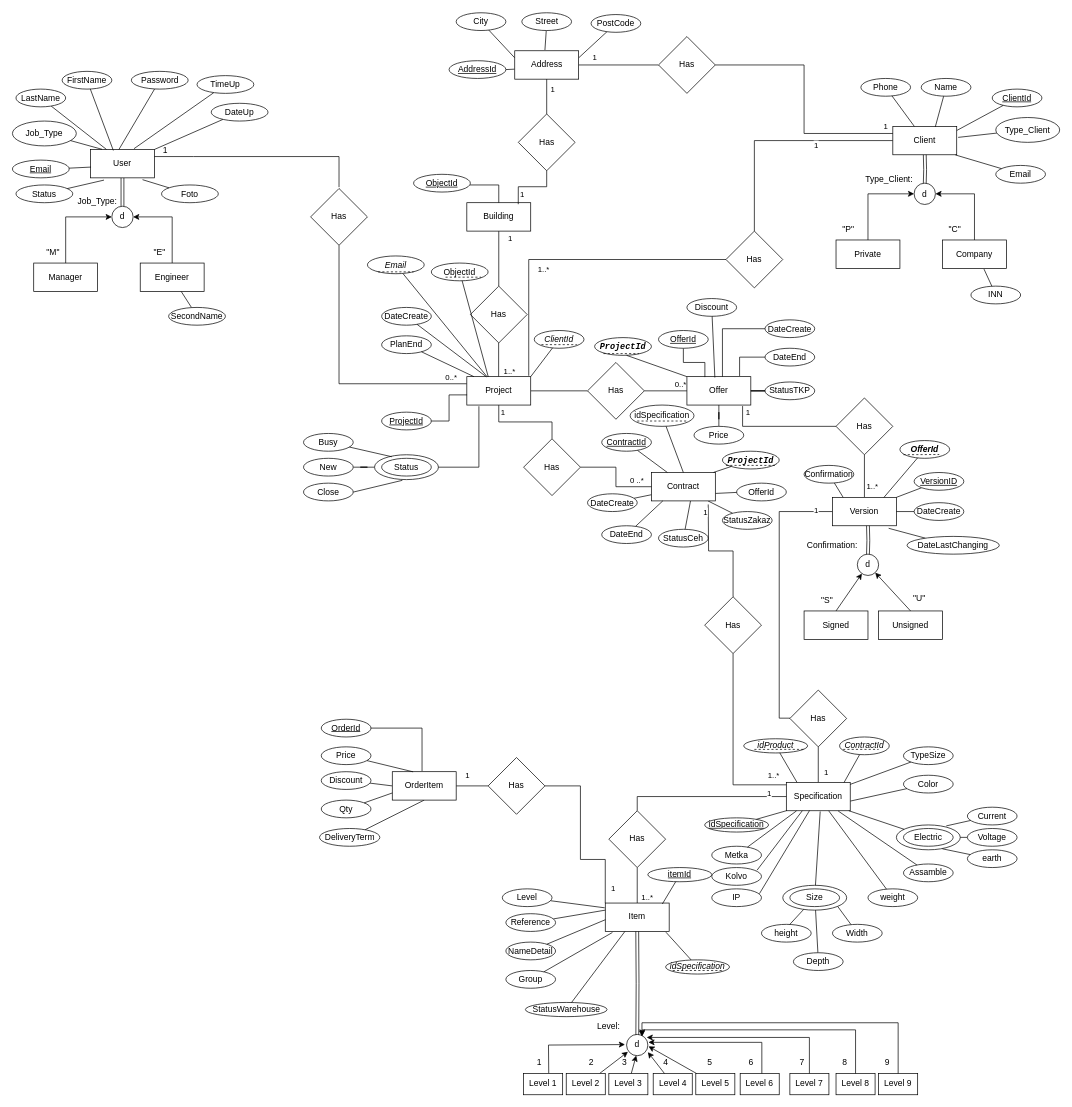
Above: factory.drawio in Bujhc/EERD (draw.io), before the change. Source tidied: cells renumbered, new cells numbered last; positions are measured from the earlier drawing's top-left corner, leaving out a move shared by most shapes. Both pictures are drawn from the tidied source at 71%, with x=0, y=0 at pixel (12, 13).
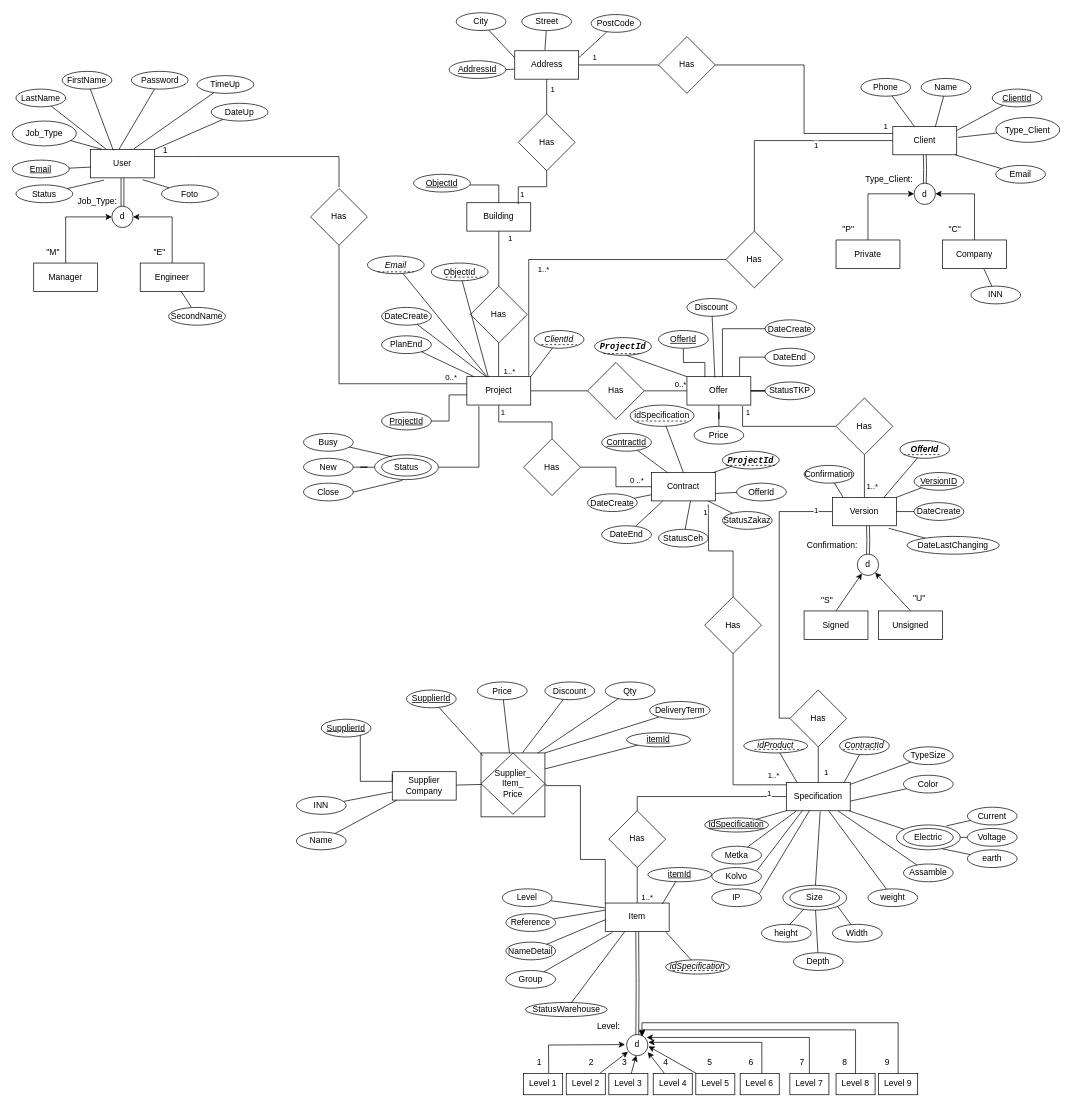
After the change.

The change refers to these unchanged cells:
```xml
<mxCell id="170" value="Item" style="rounded=0;whiteSpace=wrap;html=1;" parent="1" vertex="1">
  <mxGeometry x="835" y="1253.4" width="90" height="40" as="geometry" />
</mxCell>
<mxCell id="295" style="rounded=0;jettySize=auto;html=1;endArrow=none;endFill=0;" parent="1" edge="1" source="297" target="300">
  <mxGeometry relative="1" as="geometry" />
</mxCell>
```

Change to the diagram source:
```diff
@@
+    <mxCell id="305" style="whiteSpace=wrap;html=1;" parent="1" vertex="1">
+      <mxGeometry x="660" y="1042" width="90" height="90" as="geometry" />
+    </mxCell>
@@
     <mxCell id="215" value="Price" style="ellipse;whiteSpace=wrap;html=1;" parent="1" vertex="1">
-      <mxGeometry x="435" y="1033.4" width="70" height="25" as="geometry" />
+      <mxGeometry x="655" y="942" width="70" height="25" as="geometry" />
     </mxCell>
     <mxCell id="216" value="Qty" style="ellipse;whiteSpace=wrap;html=1;" parent="1" vertex="1">
-      <mxGeometry x="435" y="1108.4" width="70" height="25" as="geometry" />
+      <mxGeometry x="835" y="942" width="70" height="25" as="geometry" />
     </mxCell>
-    <mxCell id="217" style="rounded=0;jettySize=auto;html=1;entryX=0.5;entryY=1;entryDx=0;entryDy=0;endArrow=none;endFill=0;" parent="1" edge="1" source="218" target="297">
-      <mxGeometry relative="1" as="geometry" />
+    <mxCell id="217" style="rounded=0;jettySize=auto;html=1;endArrow=none;endFill=0;" parent="1" edge="1" source="218">
+      <mxGeometry relative="1" as="geometry">
+        <mxPoint x="750" y="1042" as="targetPoint" />
+      </mxGeometry>
     </mxCell>
     <mxCell id="218" value="DeliveryTerm" style="ellipse;whiteSpace=wrap;html=1;" parent="1" vertex="1">
-      <mxGeometry x="432.5" y="1148.4" width="85" height="25" as="geometry" />
+      <mxGeometry x="897.5" y="969.5" width="85" height="25" as="geometry" />
     </mxCell>
-    <mxCell id="219" style="rounded=0;jettySize=auto;html=1;entryX=0;entryY=0.5;entryDx=0;entryDy=0;endArrow=none;endFill=0;" parent="1" edge="1" source="220" target="297">
+    <mxCell id="219" style="rounded=0;jettySize=auto;html=1;entryX=0.649;entryY=-0.003;entryDx=0;entryDy=0;endArrow=none;endFill=0;entryPerimeter=0;" parent="1" edge="1" source="220" target="305">
       <mxGeometry relative="1" as="geometry" />
     </mxCell>
     <mxCell id="220" value="Discount" style="ellipse;whiteSpace=wrap;html=1;" parent="1" vertex="1">
-      <mxGeometry x="435" y="1068.4" width="70" height="25" as="geometry" />
+      <mxGeometry x="750" y="942" width="70" height="25" as="geometry" />
     </mxCell>
@@
-    <mxCell id="296" value="1" style="edgeLabel;html=1;align=center;verticalAlign=middle;" parent="295" vertex="1">
-      <mxGeometry x="-0.4" y="1" relative="1" as="geometry">
-        <mxPoint x="1" y="-14" as="offset" />
-      </mxGeometry>
-    </mxCell>
-    <mxCell id="297" value="OrderItem" style="rounded=0;whiteSpace=wrap;html=1;" parent="1" vertex="1">
+    <mxCell id="297" value="Supplier&lt;div&gt;Company&lt;/div&gt;" style="rounded=0;whiteSpace=wrap;html=1;" parent="1" vertex="1">
       <mxGeometry x="535" y="1068.4" width="90" height="40" as="geometry" />
     </mxCell>
-    <mxCell id="298" style="edgeStyle=orthogonalEdgeStyle;rounded=0;jettySize=auto;html=1;entryX=0;entryY=0;entryDx=0;entryDy=0;endArrow=none;endFill=0;" parent="1" edge="1" source="300" target="170">
+    <mxCell id="298" style="edgeStyle=orthogonalEdgeStyle;rounded=0;jettySize=auto;html=1;entryX=0;entryY=0;entryDx=0;entryDy=0;endArrow=none;endFill=0;exitX=1.016;exitY=0.482;exitDx=0;exitDy=0;exitPerimeter=0;" parent="1" edge="1" source="305" target="170">
       <mxGeometry relative="1" as="geometry">
         <Array as="points">
+          <mxPoint x="751" y="1088" />
           <mxPoint x="800" y="1088" />
           <mxPoint x="800" y="1192" />
           <mxPoint x="835" y="1192" />
         </Array>
       </mxGeometry>
     </mxCell>
-    <mxCell id="299" value="1" style="edgeLabel;html=1;align=center;verticalAlign=middle;" parent="298" vertex="1">
-      <mxGeometry x="0.86" y="-1" relative="1" as="geometry">
-        <mxPoint x="11" y="-3" as="offset" />
-      </mxGeometry>
-    </mxCell>
-    <mxCell id="300" value="Has" style="rhombus;whiteSpace=wrap;html=1;" parent="1" vertex="1">
-      <mxGeometry x="670" y="1048.4" width="80" height="80" as="geometry" />
+    <mxCell id="300" value="Supplier_&lt;div&gt;Item_&lt;/div&gt;&lt;div&gt;Price&lt;/div&gt;" style="rhombus;whiteSpace=wrap;html=1;" parent="1" vertex="1">
+      <mxGeometry x="660" y="1042" width="90" height="86.4" as="geometry" />
     </mxCell>
-    <mxCell id="301" style="rounded=0;jettySize=auto;html=1;endArrow=none;endFill=0;entryX=0;entryY=0.75;entryDx=0;entryDy=0;" parent="1" edge="1" source="216" target="297">
-      <mxGeometry relative="1" as="geometry" />
+    <mxCell id="301" style="rounded=0;jettySize=auto;html=1;endArrow=none;endFill=0;" parent="1" edge="1" source="216">
+      <mxGeometry relative="1" as="geometry">
+        <mxPoint x="740" y="1042" as="targetPoint" />
+      </mxGeometry>
     </mxCell>
-    <mxCell id="302" style="rounded=0;jettySize=auto;html=1;entryX=0.326;entryY=0.004;entryDx=0;entryDy=0;entryPerimeter=0;endArrow=none;endFill=0;" parent="1" edge="1" source="215" target="297">
-      <mxGeometry relative="1" as="geometry" />
+    <mxCell id="302" style="rounded=0;jettySize=auto;html=1;endArrow=none;endFill=0;" parent="1" edge="1" source="215">
+      <mxGeometry relative="1" as="geometry">
+        <mxPoint x="700" y="1042" as="targetPoint" />
+      </mxGeometry>
     </mxCell>
-    <mxCell id="303" value="&lt;u&gt;OrderId&lt;/u&gt;" style="ellipse;whiteSpace=wrap;html=1;" parent="1" vertex="1">
+    <mxCell id="303" value="&lt;u&gt;SupplierId&lt;/u&gt;" style="ellipse;whiteSpace=wrap;html=1;" parent="1" vertex="1">
       <mxGeometry x="435" y="994.5" width="70" height="25" as="geometry" />
     </mxCell>
-    <mxCell id="304" style="edgeStyle=orthogonalEdgeStyle;rounded=0;jettySize=auto;html=1;entryX=0.466;entryY=-0.021;entryDx=0;entryDy=0;entryPerimeter=0;endArrow=none;endFill=0;" parent="1" edge="1" source="303" target="297">
-      <mxGeometry relative="1" as="geometry" />
+    <mxCell id="304" style="edgeStyle=orthogonalEdgeStyle;rounded=0;jettySize=auto;html=1;entryX=0;entryY=0.082;entryDx=0;entryDy=0;entryPerimeter=0;endArrow=none;endFill=0;" parent="1" edge="1" source="303" target="297">
+      <mxGeometry relative="1" as="geometry">
+        <Array as="points">
+          <mxPoint x="490" y="1082" />
+          <mxPoint x="535" y="1082" />
+        </Array>
+      </mxGeometry>
     </mxCell>
+    <mxCell id="306" value="&lt;u&gt;SupplierId&lt;/u&gt;" style="ellipse;whiteSpace=wrap;html=1;" parent="1" vertex="1">
+      <mxGeometry x="555" y="953.4" width="70" height="25" as="geometry" />
+    </mxCell>
+    <mxCell id="307" style="rounded=0;jettySize=auto;html=1;entryX=0.03;entryY=0.045;entryDx=0;entryDy=0;entryPerimeter=0;endArrow=none;endFill=0;" parent="1" edge="1" source="306" target="305">
+      <mxGeometry relative="1" as="geometry" />
+    </mxCell>
+    <mxCell id="308" style="rounded=0;jettySize=auto;html=1;entryX=1;entryY=0.25;entryDx=0;entryDy=0;endArrow=none;endFill=0;" parent="1" edge="1" source="309" target="305">
+      <mxGeometry relative="1" as="geometry" />
+    </mxCell>
+    <mxCell id="309" value="&lt;u&gt;itemId&lt;/u&gt;" style="ellipse;whiteSpace=wrap;html=1;" parent="1" vertex="1">
+      <mxGeometry x="865" y="1013.4" width="90" height="20" as="geometry" />
+    </mxCell>
+    <mxCell id="310" style="rounded=0;jettySize=auto;html=1;endArrow=none;endFill=0;" parent="1" edge="1" source="311" target="297">
+      <mxGeometry relative="1" as="geometry" />
+    </mxCell>
+    <mxCell id="311" value="INN" style="ellipse;whiteSpace=wrap;html=1;" parent="1" vertex="1">
+      <mxGeometry x="400" y="1103.4" width="70" height="25" as="geometry" />
+    </mxCell>
+    <mxCell id="312" value="Name" style="ellipse;whiteSpace=wrap;html=1;" parent="1" vertex="1">
+      <mxGeometry x="400" y="1153.4" width="70" height="25" as="geometry" />
+    </mxCell>
+    <mxCell id="313" style="rounded=0;jettySize=auto;html=1;entryX=0.071;entryY=1.002;entryDx=0;entryDy=0;entryPerimeter=0;endArrow=none;endFill=0;" parent="1" edge="1" source="312" target="297">
+      <mxGeometry relative="1" as="geometry" />
+    </mxCell>
```
